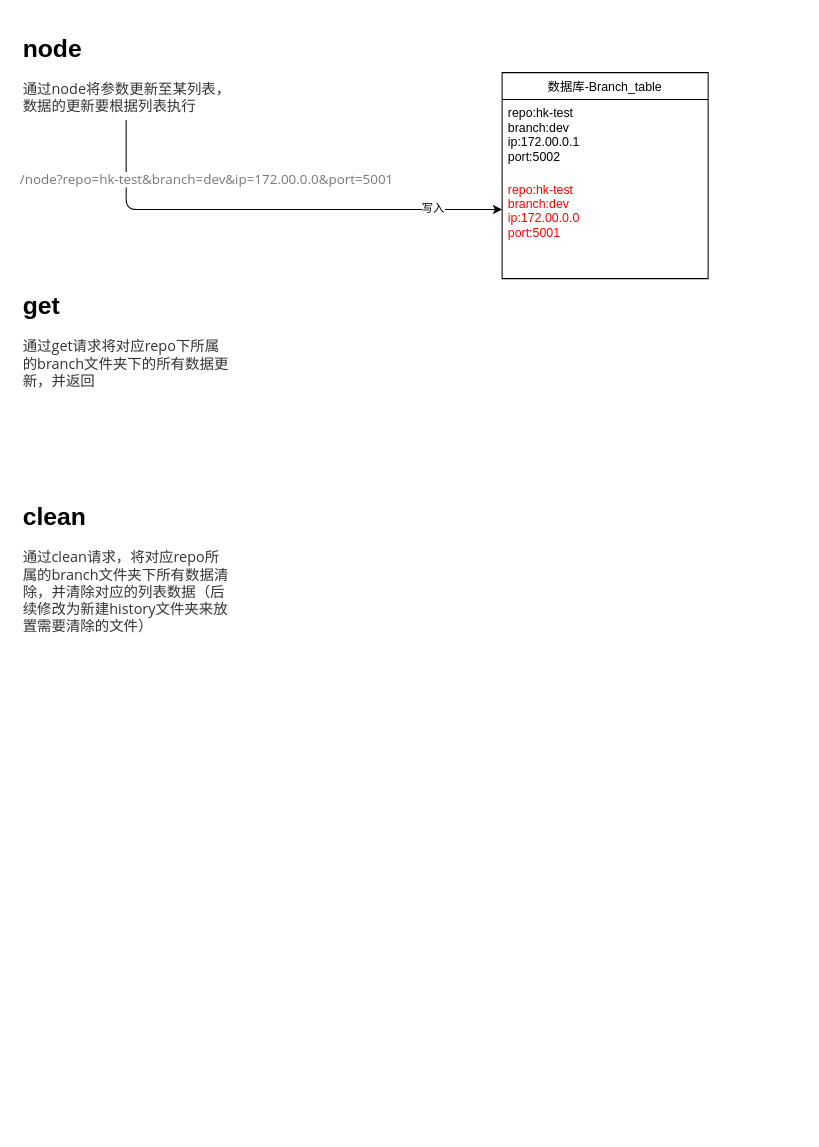
This is 图.drawio from NierWinter/new, a draw.io file, before an edit. Source tidied: cells renumbered, new cells numbered last; positions are measured from the earlier drawing's top-left corner, leaving out a move shared by most shapes. Both pictures are drawn from the tidied source at 103%, with x=0, y=0 at pixel (18, 28).
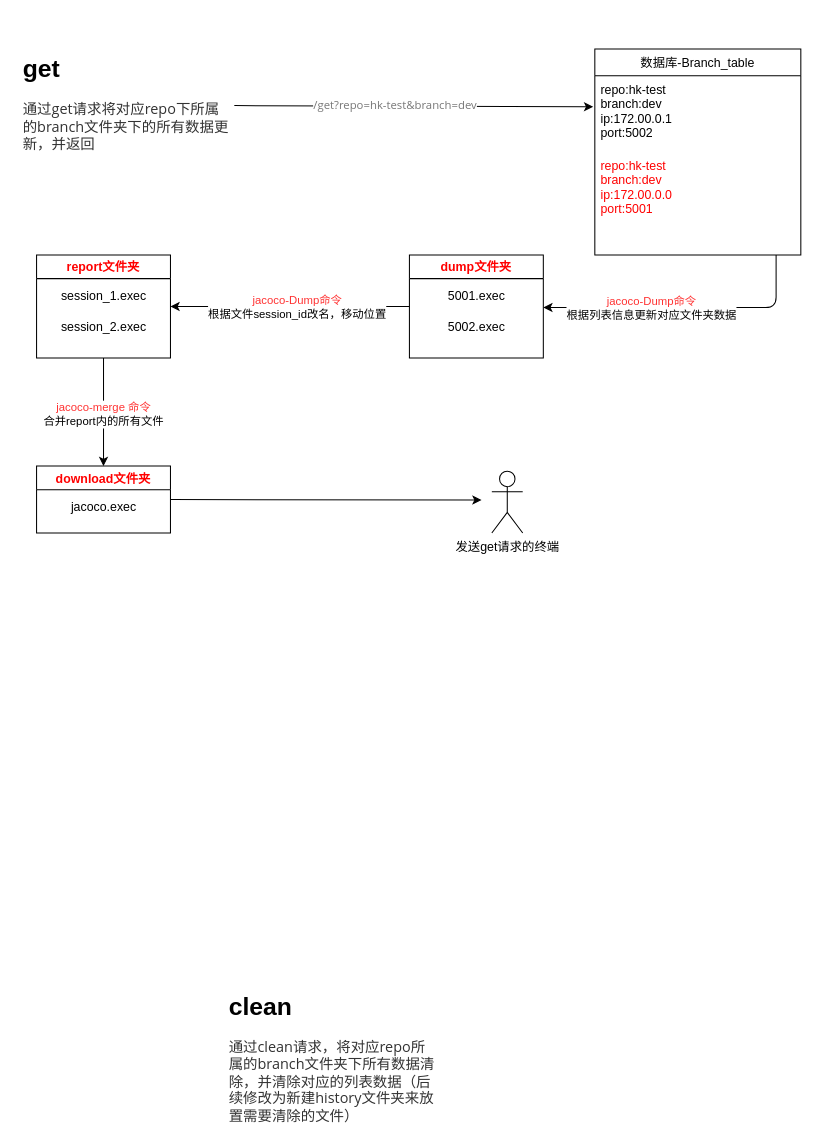
The same diagram, later.

The change refers to these unchanged cells:
```xml
<mxCell id="6" value="repo:hk-test&#10;branch:dev&#10;ip:172.00.0.1&#10;port:5002" style="text;strokeColor=none;fillColor=none;align=left;verticalAlign=top;spacingLeft=4;spacingRight=4;overflow=hidden;points=[[0,0.5],[1,0.5]];portConstraint=eastwest;" parent="5" vertex="1">
  <mxGeometry y="26" width="200" height="74" as="geometry" />
</mxCell>
```

What changed in the source:
```diff
@@
     <mxCell id="2" value="&lt;h1&gt;get&lt;/h1&gt;&lt;span style=&quot;color: rgb(51 , 51 , 51) ; font-family: &amp;#34;open sans&amp;#34; , &amp;#34;clear sans&amp;#34; , &amp;#34;helvetica neue&amp;#34; , &amp;#34;helvetica&amp;#34; , &amp;#34;arial&amp;#34; , sans-serif ; background-color: rgb(255 , 255 , 255)&quot;&gt;&lt;font style=&quot;font-size: 14px&quot;&gt;通过get请求将对应repo下所属的branch文件夹下的所有数据更新，并返回&lt;br&gt;&lt;/font&gt;&lt;/span&gt;" style="text;html=1;strokeColor=none;fillColor=none;spacing=5;spacingTop=-20;whiteSpace=wrap;overflow=hidden;rounded=0;" parent="1" vertex="1">
-      <mxGeometry y="250" width="210" height="110" as="geometry" />
+      <mxGeometry y="20" width="210" height="110" as="geometry" />
     </mxCell>
-    <mxCell id="3" value="&lt;h1&gt;node&lt;/h1&gt;&lt;span style=&quot;background-color: rgb(255 , 255 , 255)&quot;&gt;&lt;font&gt;&lt;font color=&quot;#333333&quot; face=&quot;open sans, clear sans, helvetica neue, helvetica, arial, sans-serif&quot;&gt;&lt;span style=&quot;font-size: 14px&quot;&gt;通过node将参数更新至某列表，数据的更新要根据列表执行&lt;/span&gt;&lt;/font&gt;&lt;br&gt;&lt;/font&gt;&lt;/span&gt;" style="text;html=1;strokeColor=none;fillColor=none;spacing=5;spacingTop=-20;whiteSpace=wrap;overflow=hidden;rounded=0;" parent="1" vertex="1">
-      <mxGeometry width="210" height="90" as="geometry" />
-    </mxCell>
     <mxCell id="4" value="&lt;h1&gt;clean&lt;/h1&gt;&lt;span style=&quot;background-color: rgb(255 , 255 , 255)&quot;&gt;&lt;font&gt;&lt;font color=&quot;#333333&quot; face=&quot;open sans, clear sans, helvetica neue, helvetica, arial, sans-serif&quot;&gt;&lt;span style=&quot;font-size: 14px&quot;&gt;通过clean请求，将对应repo所属的branch文件夹下所有数据清除，并清除对应的列表数据（后续修改为新建history文件夹来放置需要清除的文件）&lt;/span&gt;&lt;/font&gt;&lt;br&gt;&lt;/font&gt;&lt;/span&gt;" style="text;html=1;strokeColor=none;fillColor=none;spacing=5;spacingTop=-20;whiteSpace=wrap;overflow=hidden;rounded=0;" parent="1" vertex="1">
-      <mxGeometry y="455" width="210" height="140" as="geometry" />
+      <mxGeometry x="200" y="930" width="210" height="140" as="geometry" />
     </mxCell>
     <mxCell id="5" value="数据库-Branch_table" style="swimlane;fontStyle=0;horizontal=1;startSize=26;" parent="1" vertex="1">
-      <mxGeometry x="470" y="43" width="200" height="200" as="geometry" />
+      <mxGeometry x="560" y="20" width="200" height="200" as="geometry" />
     </mxCell>
@@
-    <mxCell id="8" style="edgeStyle=elbowEdgeStyle;elbow=vertical;endArrow=classic;html=1;exitX=0.5;exitY=1;exitDx=0;exitDy=0;" parent="1" edge="1">
-      <mxGeometry relative="1" as="geometry">
-        <mxPoint x="105" y="89" as="sourcePoint" />
-        <mxPoint x="470" y="176" as="targetPoint" />
-        <Array as="points">
-          <mxPoint x="460" y="176" />
-          <mxPoint x="460" y="175" />
-          <mxPoint x="440" y="173" />
-          <mxPoint x="470" y="173" />
-          <mxPoint x="470" y="173" />
-          <mxPoint x="460" y="169" />
-          <mxPoint x="260" y="169" />
-        </Array>
-      </mxGeometry>
-    </mxCell>
-    <mxCell id="9" value="&lt;span style=&quot;color: rgb(119 , 119 , 119) ; font-family: &amp;#34;open sans&amp;#34; , &amp;#34;clear sans&amp;#34; , &amp;#34;helvetica neue&amp;#34; , &amp;#34;helvetica&amp;#34; , &amp;#34;arial&amp;#34; , sans-serif ; text-align: left&quot;&gt;&lt;font style=&quot;font-size: 13px&quot;&gt;/node?repo=hk-test&amp;amp;branch=dev&amp;amp;ip=172.00.0.0&amp;amp;port=5001&lt;/font&gt;&lt;/span&gt;" style="edgeLabel;html=1;align=center;verticalAlign=middle;" parent="8" vertex="1">
-      <mxGeometry x="-0.19" y="2" relative="1" as="geometry">
-        <mxPoint x="-19" y="-28" as="offset" />
-      </mxGeometry>
-    </mxCell>
-    <mxCell id="10" value="写入" style="edgeLabel;html=1;align=center;verticalAlign=middle;" parent="8" vertex="1">
-      <mxGeometry x="0.7" y="2" relative="1" as="geometry" />
-    </mxCell>
+    <mxCell id="11" style="endArrow=classic;html=1;fontColor=#FF0000;exitX=1;exitY=0.5;exitDx=0;exitDy=0;entryX=-0.008;entryY=0.408;entryDx=0;entryDy=0;entryPerimeter=0;" parent="1" edge="1" source="2" target="6">
+      <mxGeometry relative="1" as="geometry" />
+    </mxCell>
+    <mxCell id="12" value="&lt;span style=&quot;color: rgb(119 , 119 , 119) ; font-family: &amp;#34;open sans&amp;#34; , &amp;#34;clear sans&amp;#34; , &amp;#34;helvetica neue&amp;#34; , &amp;#34;helvetica&amp;#34; , &amp;#34;arial&amp;#34; , sans-serif ; text-align: left&quot;&gt;/get?repo=hk-test&lt;/span&gt;&lt;span style=&quot;color: rgb(119 , 119 , 119) ; font-family: &amp;#34;open sans&amp;#34; , &amp;#34;clear sans&amp;#34; , &amp;#34;helvetica neue&amp;#34; , &amp;#34;helvetica&amp;#34; , &amp;#34;arial&amp;#34; , sans-serif ; text-align: left&quot;&gt;&amp;amp;branch=dev&lt;/span&gt;" style="edgeLabel;html=1;align=center;verticalAlign=middle;fontColor=#FF0000;" parent="11" vertex="1">
+      <mxGeometry x="-0.11" y="3" relative="1" as="geometry">
+        <mxPoint y="2" as="offset" />
+      </mxGeometry>
+    </mxCell>
+    <mxCell id="13" style="endArrow=classic;html=1;fontColor=#FF0000;" parent="1" edge="1">
+      <mxGeometry relative="1" as="geometry">
+        <mxPoint x="736" y="220" as="sourcePoint" />
+        <mxPoint x="510" y="271" as="targetPoint" />
+        <Array as="points">
+          <mxPoint x="736" y="271" />
+        </Array>
+      </mxGeometry>
+    </mxCell>
+    <mxCell id="14" value="&lt;font color=&quot;#ff3333&quot;&gt;jacoco-Dump命令&lt;/font&gt;&lt;br&gt;&lt;font color=&quot;#000000&quot;&gt;根据列表信息更新对应文件夹数据&lt;/font&gt;" style="edgeLabel;html=1;align=center;verticalAlign=middle;fontColor=#FF0000;" parent="13" vertex="1">
+      <mxGeometry x="0.29" y="3" relative="1" as="geometry">
+        <mxPoint x="6" y="-3" as="offset" />
+      </mxGeometry>
+    </mxCell>
+    <mxCell id="15" value="dump文件夹" style="swimlane;fontColor=#FF0000;" parent="1" vertex="1">
+      <mxGeometry x="380" y="220" width="130" height="100" as="geometry" />
+    </mxCell>
+    <mxCell id="16" value="&lt;font color=&quot;#000000&quot;&gt;5001.exec&lt;/font&gt;" style="text;html=1;align=center;verticalAlign=middle;strokeColor=none;fontColor=#FF0000;" parent="15" vertex="1">
+      <mxGeometry x="30" y="30" width="70" height="20" as="geometry" />
+    </mxCell>
+    <mxCell id="17" value="&lt;font color=&quot;#000000&quot;&gt;5002.exec&lt;/font&gt;" style="text;html=1;align=center;verticalAlign=middle;strokeColor=none;fontColor=#FF0000;" parent="15" vertex="1">
+      <mxGeometry x="30" y="60" width="70" height="20" as="geometry" />
+    </mxCell>
+    <mxCell id="18" value="report文件夹" style="swimlane;fontColor=#FF0000;" parent="1" vertex="1">
+      <mxGeometry x="18" y="220" width="130" height="100" as="geometry" />
+    </mxCell>
+    <mxCell id="19" value="&lt;font color=&quot;#000000&quot;&gt;session_1.exec&lt;/font&gt;" style="text;html=1;align=center;verticalAlign=middle;strokeColor=none;fontColor=#FF0000;" parent="18" vertex="1">
+      <mxGeometry x="15" y="30" width="100" height="20" as="geometry" />
+    </mxCell>
+    <mxCell id="20" value="&lt;span style=&quot;color: rgb(0 , 0 , 0)&quot;&gt;session_2&lt;/span&gt;&lt;font color=&quot;#000000&quot;&gt;.exec&lt;/font&gt;" style="text;html=1;align=center;verticalAlign=middle;strokeColor=none;fontColor=#FF0000;" parent="18" vertex="1">
+      <mxGeometry x="15" y="60" width="100" height="20" as="geometry" />
+    </mxCell>
+    <mxCell id="21" style="endArrow=classic;html=1;fontColor=#FF0000;exitX=0;exitY=0.5;exitDx=0;exitDy=0;entryX=1;entryY=0.5;entryDx=0;entryDy=0;" parent="1" edge="1" source="15" target="18">
+      <mxGeometry relative="1" as="geometry" />
+    </mxCell>
+    <mxCell id="22" value="&lt;font color=&quot;#ff3333&quot;&gt;jacoco-Dump命令&lt;/font&gt;&lt;br&gt;&lt;font color=&quot;#000000&quot;&gt;根据文件session_id改名，移动位置&lt;/font&gt;" style="edgeLabel;html=1;align=center;verticalAlign=middle;fontColor=#FF0000;" parent="21" vertex="1">
+      <mxGeometry x="0.25" y="1" relative="1" as="geometry">
+        <mxPoint x="35" y="-1" as="offset" />
+      </mxGeometry>
+    </mxCell>
+    <mxCell id="23" value="download文件夹" style="swimlane;fontColor=#FF0000;" parent="1" vertex="1">
+      <mxGeometry x="18" y="425" width="130" height="65" as="geometry" />
+    </mxCell>
+    <mxCell id="24" value="&lt;font color=&quot;#000000&quot;&gt;jacoco.exec&lt;/font&gt;" style="text;html=1;align=center;verticalAlign=middle;strokeColor=none;fontColor=#FF0000;" parent="23" vertex="1">
+      <mxGeometry x="25" y="30" width="80" height="20" as="geometry" />
+    </mxCell>
+    <mxCell id="25" style="endArrow=classic;html=1;fontColor=#FF0000;exitX=0.5;exitY=1;exitDx=0;exitDy=0;entryX=0.5;entryY=0;entryDx=0;entryDy=0;" parent="1" edge="1" source="18" target="23">
+      <mxGeometry relative="1" as="geometry" />
+    </mxCell>
+    <mxCell id="26" value="&lt;font color=&quot;#ff3333&quot;&gt;jacoco-&lt;span style=&quot;font-size: 11px&quot;&gt;merge&amp;nbsp;&lt;/span&gt;命令&lt;/font&gt;&lt;br&gt;&lt;font color=&quot;#000000&quot;&gt;合并report内的所有文件&lt;/font&gt;" style="edgeLabel;html=1;align=center;verticalAlign=middle;fontColor=#FF0000;" parent="25" vertex="1">
+      <mxGeometry x="0.22" y="-1" relative="1" as="geometry">
+        <mxPoint y="-10" as="offset" />
+      </mxGeometry>
+    </mxCell>
+    <mxCell id="27" style="endArrow=classic;html=1;fontColor=#FF0000;exitX=1;exitY=0.5;exitDx=0;exitDy=0;" parent="1" edge="1" source="23">
+      <mxGeometry relative="1" as="geometry">
+        <mxPoint x="450" y="458" as="targetPoint" />
+      </mxGeometry>
+    </mxCell>
+    <mxCell id="28" value="&lt;font color=&quot;#000000&quot;&gt;发送get请求的终端&lt;/font&gt;" style="shape=umlActor;verticalLabelPosition=bottom;verticalAlign=top;html=1;fontColor=#FF0000;" parent="1" vertex="1">
+      <mxGeometry x="460" y="430" width="30" height="60" as="geometry" />
+    </mxCell>
```
